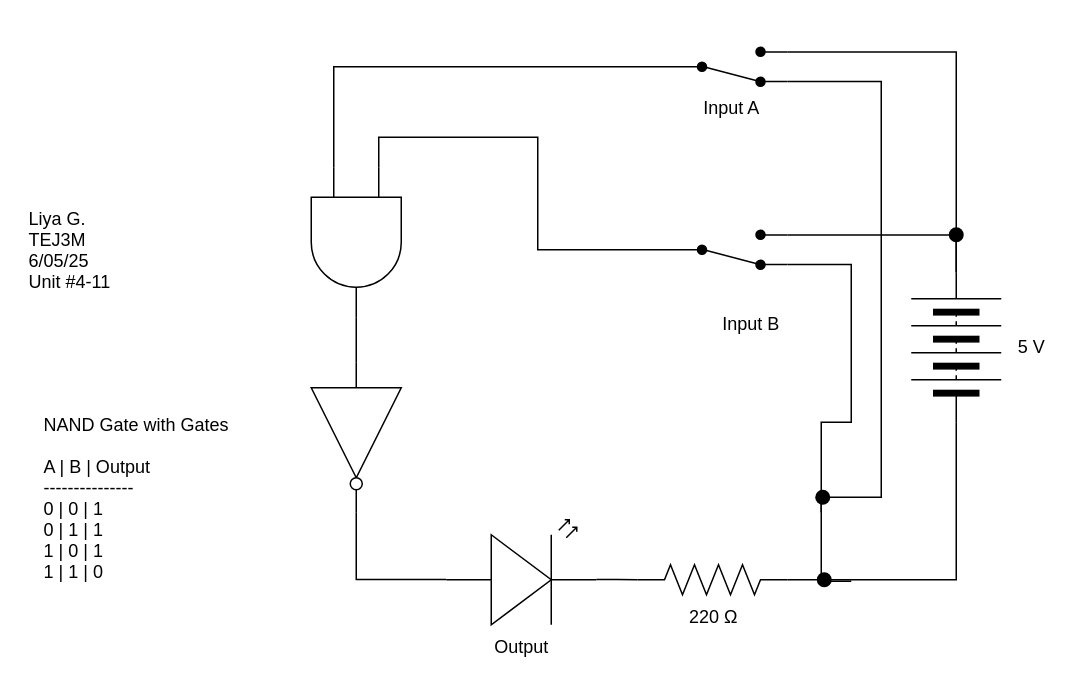
Before: Unit 4-13/4-13.drawio in Liya-Getachew/TEJ3M-Unit4, a draw.io diagram. Source tidied: cells renumbered, new cells numbered last; positions are measured from the earlier drawing's top-left corner, leaving out a move shared by most shapes. Both pictures are drawn from the tidied source at 150%, with x=0, y=0 at pixel (26, 46).
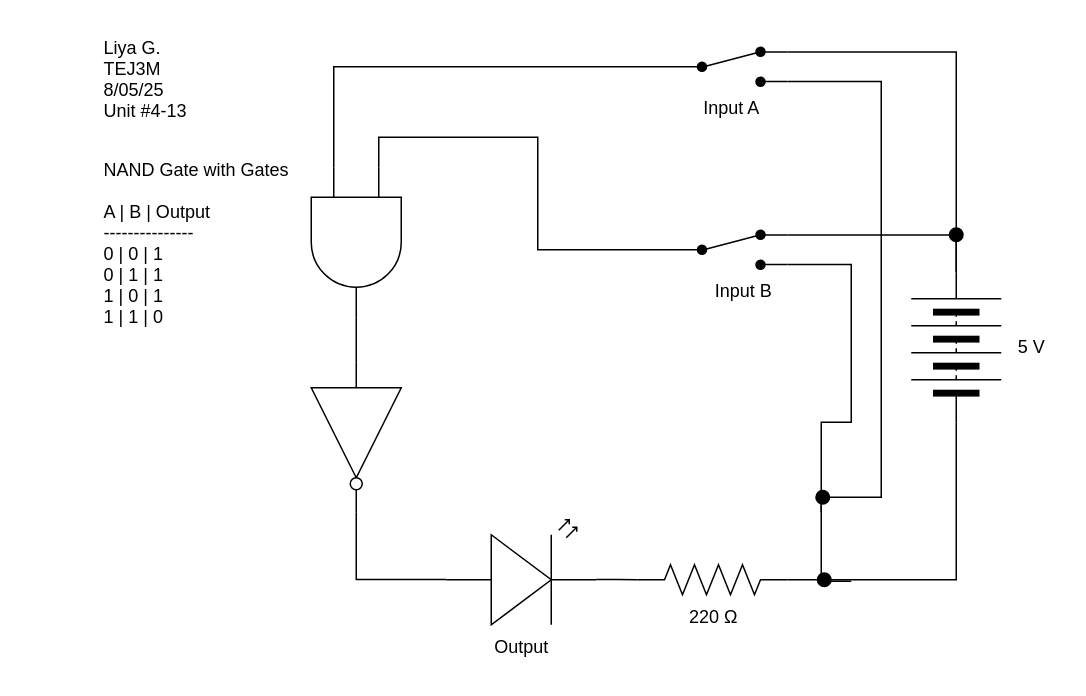
After the change.

What changed in the source:
```diff
@@
-    <mxCell id="4" value="Liya G.&#10;TEJ3M&#10;6/05/25&#10;Unit #4-11" style="text;align=left;verticalAlign=middle;strokeColor=none;fillColor=none;" parent="1" vertex="1">
-      <mxGeometry y="100" width="80" height="70" as="geometry" />
+    <mxCell id="4" value="Liya G.&#10;TEJ3M&#10;8/05/25&#10;Unit #4-13" style="text;align=left;verticalAlign=middle;strokeColor=none;fillColor=none;" parent="1" vertex="1">
+      <mxGeometry x="50" y="-14" width="80" height="70" as="geometry" />
     </mxCell>
     <mxCell id="5" value="NAND Gate with Gates&#10;&#10;A | B | Output&#10;---------------&#10;0 | 0 | 1&#10;0 | 1 | 1&#10;1 | 0 | 1&#10;1 | 1 | 0" style="text;align=left;verticalAlign=middle;strokeColor=none;fillColor=none;" parent="1" vertex="1">
-      <mxGeometry x="10" y="235" width="150" height="130" as="geometry" />
+      <mxGeometry x="50" y="65" width="150" height="130" as="geometry" />
     </mxCell>
@@
-    <mxCell id="9" style="html=1;shape=mxgraph.electrical.electro-mechanical.twoWaySwitch;elSwitchState=2;flipH=0;flipV=1;fillColor=#000000;" parent="1" vertex="1">
+    <mxCell id="9" style="html=1;shape=mxgraph.electrical.electro-mechanical.twoWaySwitch;elSwitchState=2;flipH=0;flipV=0;fillColor=#000000;" parent="1" vertex="1">
       <mxGeometry x="432.5" width="75" height="26" as="geometry" />
     </mxCell>
@@
-    <mxCell id="14" style="html=1;shape=mxgraph.electrical.electro-mechanical.twoWaySwitch;elSwitchState=2;flipH=0;flipV=1;fillColor=#000000;" parent="1" vertex="1">
+    <mxCell id="14" style="html=1;shape=mxgraph.electrical.electro-mechanical.twoWaySwitch;elSwitchState=2;flipH=0;flipV=0;fillColor=#000000;" parent="1" vertex="1">
       <mxGeometry x="432.5" y="122" width="75" height="26" as="geometry" />
     </mxCell>
     <mxCell id="15" value="Input B" style="text;html=1;align=center;verticalAlign=middle;strokeColor=none;fillColor=none;" parent="1" vertex="1">
-      <mxGeometry x="452.5" y="170" width="60" height="30" as="geometry" />
+      <mxGeometry x="447.5" y="148" width="60" height="30" as="geometry" />
     </mxCell>
```
